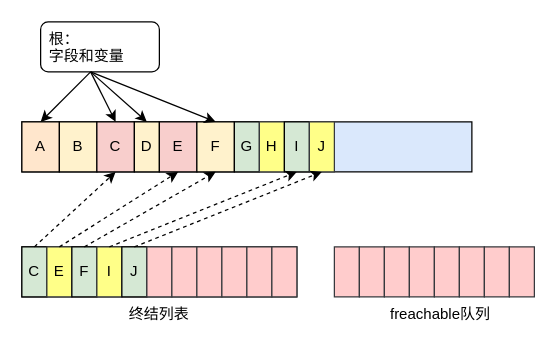
The draw.io diagram resources/drawios/21_13.drawio in fhlsteven/CLR_via_CSharp, before the edit. Source tidied: cells renumbered, new cells numbered last; positions are measured from the earlier drawing's top-left corner, leaving out a move shared by most shapes. Both pictures are drawn from the tidied source at 125%, with x=0, y=0 at pixel (21, 21).
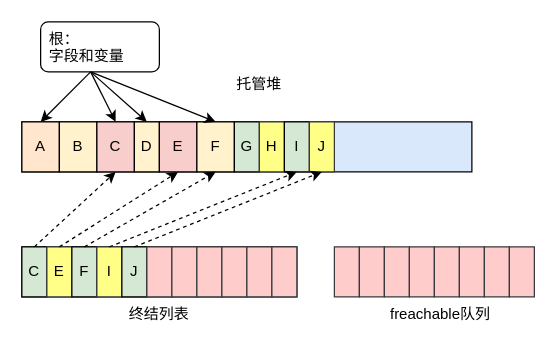
Above is the later version.

What changed in the source:
```diff
@@
+    <mxCell id="46" value="托管堆" style="text;html=1;strokeColor=none;fillColor=none;align=center;verticalAlign=middle;whiteSpace=wrap;rounded=0;" parent="1" vertex="1">
+      <mxGeometry x="170" y="40" width="40" height="20" as="geometry" />
+    </mxCell>
```
